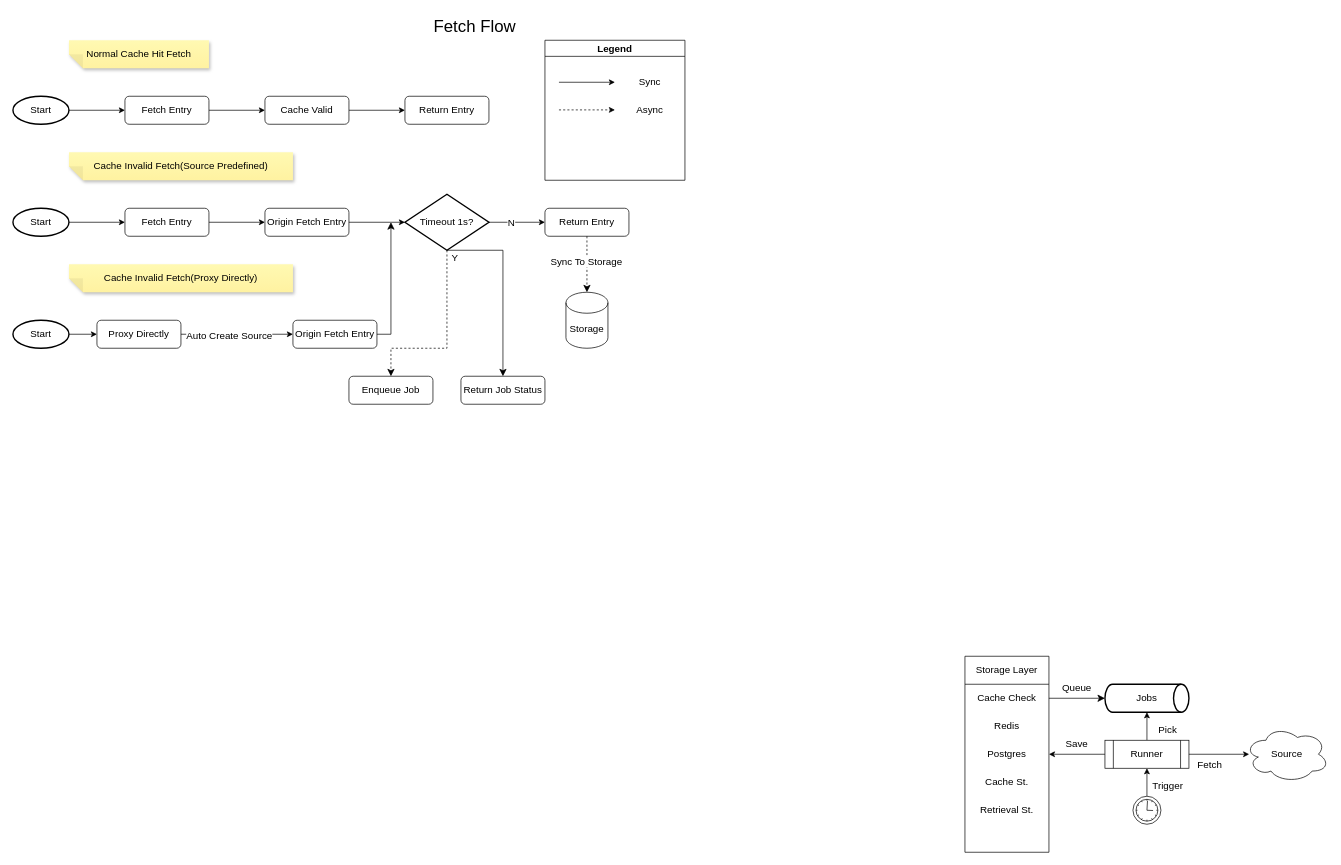
This is page "Fetch Flow" (3 of 7) of docs/buffetd.drawio from Buffetd/buffetd, a draw.io file, before an edit. Source tidied: cells renumbered, new cells numbered last; positions are measured from the earlier drawing's top-left corner, leaving out a move shared by most shapes. Both pictures are drawn from the tidied source at 70%, with x=0, y=0 at pixel (13, 12).
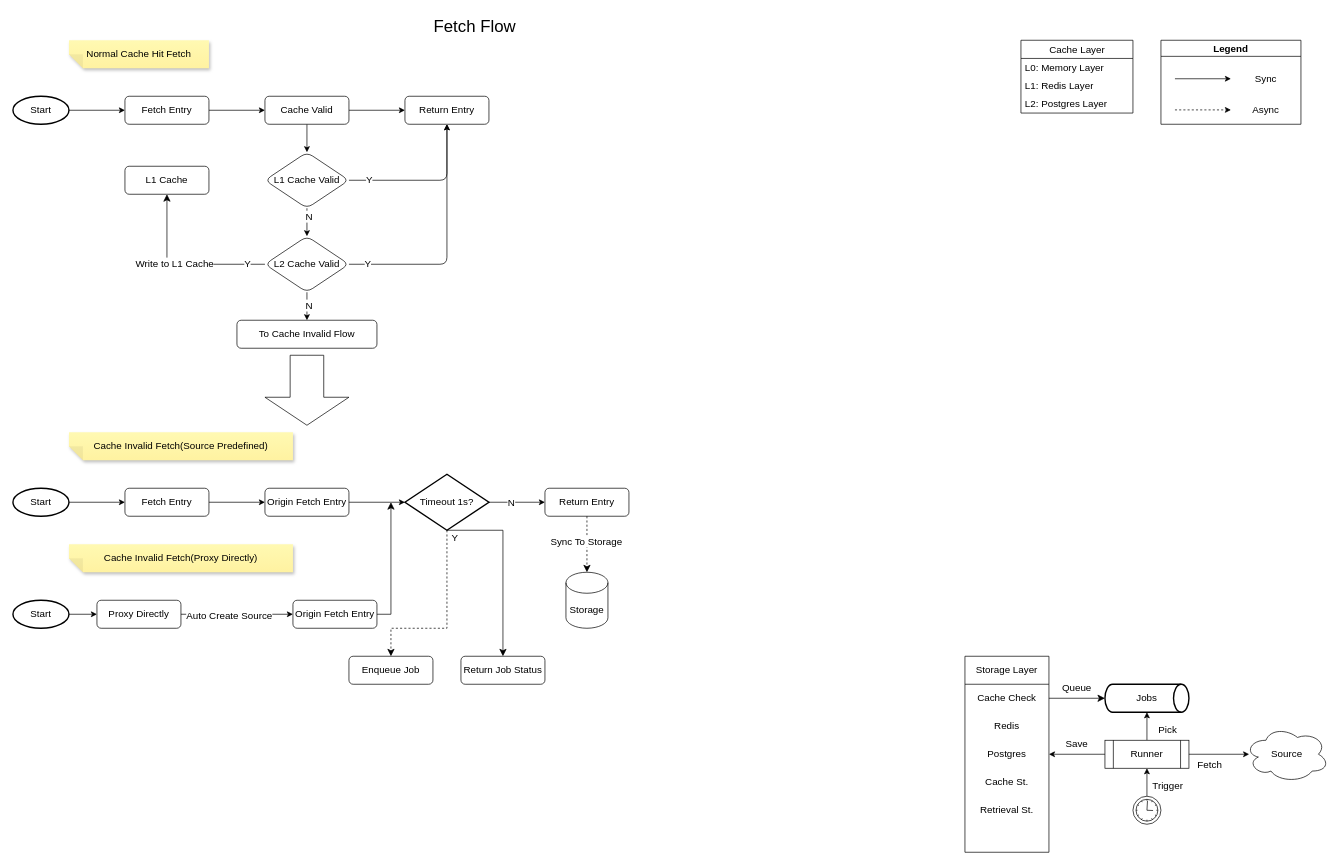
The same page after the edit.

Commit message:
refactor: convert drawio diagram cell IDs from vertex to parent attributes

- Changed all mxCell elements from `vertex="1"` to `parent="vegBsyRl4nzgHchrStnz-1"` attribute format
- Updated cell ID references to use parent-based hierarchy instead of vertex-based
- Maintained all visual elements and connections while standardizing XML structure
- Applied changes across Storage Layer, Runner/Jobs components, and all three fetch flow diagrams (Normal Cache Hit, Cache Invalid with Predefined Source, and Cache Invalid with Proxy)

The change refers to these unchanged cells:
```xml
<mxCell id="29" value="Cache Valid" style="rounded=1;whiteSpace=wrap;html=1;fontSize=14;" parent="1" vertex="1">
  <mxGeometry x="360" y="120" width="120" height="40" as="geometry" />
</mxCell>
<mxCell id="30" value="Return Entry" style="rounded=1;whiteSpace=wrap;html=1;fontSize=14;" parent="1" vertex="1">
  <mxGeometry x="560" y="120" width="120" height="40" as="geometry" />
</mxCell>
```

Diff of the diagram source:
```diff
@@
+    <mxCell id="64" style="edgeStyle=none;html=1;fontSize=14;" parent="1" edge="1" source="29" target="73">
+      <mxGeometry relative="1" as="geometry" />
+    </mxCell>
@@
     <mxCell id="32" value="Cache Invalid Fetch(Source Predefined)" style="shape=note;whiteSpace=wrap;html=1;backgroundOutline=1;fontColor=#000000;darkOpacity=0.05;fillColor=#FFF9B2;strokeColor=none;fillStyle=solid;direction=west;gradientDirection=north;gradientColor=#FFF2A1;shadow=1;size=20;fontSize=14;" parent="1" vertex="1">
-      <mxGeometry x="80" y="200" width="320" height="40" as="geometry" />
+      <mxGeometry x="80" y="600" width="320" height="40" as="geometry" />
     </mxCell>
@@
     <mxCell id="34" value="Start" style="strokeWidth=2;html=1;shape=mxgraph.flowchart.start_1;whiteSpace=wrap;fontSize=14;" parent="1" vertex="1">
-      <mxGeometry y="280" width="80" height="40" as="geometry" />
+      <mxGeometry y="680" width="80" height="40" as="geometry" />
     </mxCell>
@@
     <mxCell id="36" value="Fetch Entry" style="rounded=1;whiteSpace=wrap;html=1;fontSize=14;" parent="1" vertex="1">
-      <mxGeometry x="160" y="280" width="120" height="40" as="geometry" />
+      <mxGeometry x="160" y="680" width="120" height="40" as="geometry" />
     </mxCell>
     <mxCell id="37" value="Origin Fetch Entry" style="rounded=1;whiteSpace=wrap;html=1;fontSize=14;" parent="1" vertex="1">
-      <mxGeometry x="360" y="280" width="120" height="40" as="geometry" />
+      <mxGeometry x="360" y="680" width="120" height="40" as="geometry" />
     </mxCell>
@@
     <mxCell id="40" value="Timeout 1s?" style="strokeWidth=2;html=1;shape=mxgraph.flowchart.decision;whiteSpace=wrap;fontSize=14;" parent="1" vertex="1">
-      <mxGeometry x="560" y="260" width="120" height="80" as="geometry" />
+      <mxGeometry x="560" y="660" width="120" height="80" as="geometry" />
     </mxCell>
@@
     <mxCell id="42" value="Return Entry" style="rounded=1;whiteSpace=wrap;html=1;fontSize=14;" parent="1" vertex="1">
-      <mxGeometry x="760" y="280" width="120" height="40" as="geometry" />
+      <mxGeometry x="760" y="680" width="120" height="40" as="geometry" />
     </mxCell>
     <mxCell id="43" value="Cache Invalid Fetch(Proxy Directly)" style="shape=note;whiteSpace=wrap;html=1;backgroundOutline=1;fontColor=#000000;darkOpacity=0.05;fillColor=#FFF9B2;strokeColor=none;fillStyle=solid;direction=west;gradientDirection=north;gradientColor=#FFF2A1;shadow=1;size=20;fontSize=14;" parent="1" vertex="1">
-      <mxGeometry x="80" y="360" width="320" height="40" as="geometry" />
+      <mxGeometry x="80" y="760" width="320" height="40" as="geometry" />
     </mxCell>
@@
     <mxCell id="45" value="Start" style="strokeWidth=2;html=1;shape=mxgraph.flowchart.start_1;whiteSpace=wrap;fontSize=14;" parent="1" vertex="1">
-      <mxGeometry y="440" width="80" height="40" as="geometry" />
+      <mxGeometry y="840" width="80" height="40" as="geometry" />
     </mxCell>
@@
     <mxCell id="48" value="Proxy Directly" style="rounded=1;whiteSpace=wrap;html=1;fontSize=14;" parent="1" vertex="1">
-      <mxGeometry x="120" y="440" width="120" height="40" as="geometry" />
+      <mxGeometry x="120" y="840" width="120" height="40" as="geometry" />
     </mxCell>
     <mxCell id="49" value="Origin Fetch Entry" style="rounded=1;whiteSpace=wrap;html=1;fontSize=14;" parent="1" vertex="1">
-      <mxGeometry x="400" y="440" width="120" height="40" as="geometry" />
+      <mxGeometry x="400" y="840" width="120" height="40" as="geometry" />
     </mxCell>
     <mxCell id="50" style="edgeStyle=segmentEdgeStyle;endArrow=classic;html=1;curved=0;rounded=0;endSize=8;startSize=8;fontSize=14;" parent="1" edge="1">
       <mxGeometry relative="1" as="geometry">
-        <mxPoint x="520" y="460" as="sourcePoint" />
-        <mxPoint x="540" y="300" as="targetPoint" />
+        <mxPoint x="520" y="860" as="sourcePoint" />
+        <mxPoint x="540" y="700" as="targetPoint" />
       </mxGeometry>
     </mxCell>
     <mxCell id="51" value="Enqueue Job" style="rounded=1;whiteSpace=wrap;html=1;fontSize=14;" parent="1" vertex="1">
-      <mxGeometry x="480" y="520" width="120" height="40" as="geometry" />
+      <mxGeometry x="480" y="920" width="120" height="40" as="geometry" />
     </mxCell>
     <mxCell id="52" style="edgeStyle=segmentEdgeStyle;endArrow=classic;html=1;curved=0;rounded=0;endSize=8;startSize=8;fontSize=14;exitX=0.5;exitY=1;exitDx=0;exitDy=0;exitPerimeter=0;entryX=0.5;entryY=0;entryDx=0;entryDy=0;dashed=1;" parent="1" edge="1" source="40" target="51">
       <mxGeometry relative="1" as="geometry">
         <Array as="points">
-          <mxPoint x="620" y="480" />
-          <mxPoint x="540" y="480" />
+          <mxPoint x="620" y="880" />
+          <mxPoint x="540" y="880" />
         </Array>
       </mxGeometry>
     </mxCell>
@@
     <mxCell id="54" value="Storage" style="shape=cylinder3;whiteSpace=wrap;html=1;boundedLbl=1;backgroundOutline=1;size=15;fontSize=14;" parent="1" vertex="1">
-      <mxGeometry x="790" y="400" width="60" height="80" as="geometry" />
+      <mxGeometry x="790" y="800" width="60" height="80" as="geometry" />
     </mxCell>
     <mxCell id="55" style="edgeStyle=segmentEdgeStyle;endArrow=classic;html=1;curved=0;rounded=0;endSize=8;startSize=8;fontSize=14;exitX=0.5;exitY=1;exitDx=0;exitDy=0;entryX=0.5;entryY=0;entryDx=0;entryDy=0;entryPerimeter=0;dashed=1;" parent="1" edge="1" source="42" target="54">
       <mxGeometry relative="1" as="geometry">
         <Array as="points">
-          <mxPoint x="820" y="380" />
-          <mxPoint x="820" y="380" />
+          <mxPoint x="820" y="780" />
+          <mxPoint x="820" y="780" />
         </Array>
       </mxGeometry>
     </mxCell>
@@
     <mxCell id="57" value="Return Job Status" style="rounded=1;whiteSpace=wrap;html=1;fontSize=14;" parent="1" vertex="1">
-      <mxGeometry x="640" y="520" width="120" height="40" as="geometry" />
+      <mxGeometry x="640" y="920" width="120" height="40" as="geometry" />
     </mxCell>
@@
     <mxCell id="59" value="Legend" style="swimlane;fontSize=14;" parent="1" vertex="1">
-      <mxGeometry x="760" y="40" width="200" height="200" as="geometry" />
+      <mxGeometry x="1640" y="40" width="200" height="120" as="geometry" />
     </mxCell>
     <mxCell id="60" style="endArrow=classic;html=1;fontSize=14;" parent="59" edge="1">
       <mxGeometry relative="1" as="geometry">
-        <mxPoint x="20" y="60" as="sourcePoint" />
-        <mxPoint x="100" y="60" as="targetPoint" />
+        <mxPoint x="20" y="55" as="sourcePoint" />
+        <mxPoint x="100" y="55" as="targetPoint" />
       </mxGeometry>
     </mxCell>
@@
     <mxCell id="63" value="Sync" style="text;html=1;whiteSpace=wrap;strokeColor=none;fillColor=none;align=center;verticalAlign=middle;rounded=0;fontSize=14;" parent="59" vertex="1">
-      <mxGeometry x="120" y="45" width="60" height="30" as="geometry" />
+      <mxGeometry x="120" y="40" width="60" height="30" as="geometry" />
     </mxCell>
+    <mxCell id="65" value="Cache Layer" style="swimlane;fontStyle=0;horizontal=1;startSize=26;fillColor=none;html=1;fontSize=14;" parent="1" vertex="1">
+      <mxGeometry x="1440" y="40" width="160" height="104" as="geometry" />
+    </mxCell>
+    <mxCell id="66" value="L0: Memory Layer" style="text;strokeColor=none;fillColor=none;align=left;verticalAlign=middle;spacingLeft=4;spacingRight=4;overflow=hidden;whiteSpace=wrap;html=1;fontSize=14;" parent="65" vertex="1">
+      <mxGeometry y="26" width="160" height="26" as="geometry" />
+    </mxCell>
+    <mxCell id="67" value="L1: Redis Layer" style="text;strokeColor=none;fillColor=none;align=left;verticalAlign=middle;spacingLeft=4;spacingRight=4;overflow=hidden;whiteSpace=wrap;html=1;fontSize=14;" parent="65" vertex="1">
+      <mxGeometry y="52" width="160" height="26" as="geometry" />
+    </mxCell>
+    <mxCell id="68" value="L2: Postgres Layer" style="text;strokeColor=none;fillColor=none;align=left;verticalAlign=middle;spacingLeft=4;spacingRight=4;overflow=hidden;whiteSpace=wrap;html=1;fontSize=14;" parent="65" vertex="1">
+      <mxGeometry y="78" width="160" height="26" as="geometry" />
+    </mxCell>
+    <mxCell id="69" style="edgeStyle=none;html=1;exitX=1;exitY=0.5;exitDx=0;exitDy=0;entryX=0.5;entryY=1;entryDx=0;entryDy=0;fontSize=14;rounded=1;curved=0;" parent="1" edge="1" source="73" target="30">
+      <mxGeometry relative="1" as="geometry">
+        <Array as="points">
+          <mxPoint x="620" y="240" />
+        </Array>
+      </mxGeometry>
+    </mxCell>
+    <mxCell id="70" value="Y" style="edgeLabel;html=1;align=center;verticalAlign=middle;fontSize=14;" parent="69" vertex="1">
+      <mxGeometry x="-0.75" y="2" relative="1" as="geometry" />
+    </mxCell>
+    <mxCell id="71" style="edgeStyle=none;html=1;fontSize=14;" parent="1" edge="1" source="73" target="78">
+      <mxGeometry relative="1" as="geometry" />
+    </mxCell>
+    <mxCell id="72" value="N" style="edgeLabel;html=1;align=center;verticalAlign=middle;fontSize=14;" parent="71" vertex="1">
+      <mxGeometry x="-0.45" y="2" relative="1" as="geometry" />
+    </mxCell>
+    <mxCell id="73" value="L1 Cache Valid" style="rhombus;whiteSpace=wrap;html=1;fontSize=14;rounded=1;" parent="1" vertex="1">
+      <mxGeometry x="360" y="200" width="120" height="80" as="geometry" />
+    </mxCell>
+    <mxCell id="74" style="edgeStyle=none;html=1;exitX=1;exitY=0.5;exitDx=0;exitDy=0;entryX=0.5;entryY=1;entryDx=0;entryDy=0;fontSize=14;" parent="1" edge="1" source="78" target="30">
+      <mxGeometry relative="1" as="geometry">
+        <Array as="points">
+          <mxPoint x="620" y="360" />
+        </Array>
+      </mxGeometry>
+    </mxCell>
+    <mxCell id="75" value="Y" style="edgeLabel;html=1;align=center;verticalAlign=middle;fontSize=14;" parent="74" vertex="1">
+      <mxGeometry x="-0.85" y="2" relative="1" as="geometry" />
+    </mxCell>
+    <mxCell id="76" style="edgeStyle=none;html=1;fontSize=14;" parent="1" edge="1" source="78" target="80">
+      <mxGeometry relative="1" as="geometry" />
+    </mxCell>
+    <mxCell id="77" value="N" style="edgeLabel;html=1;align=center;verticalAlign=middle;fontSize=14;" parent="76" vertex="1">
+      <mxGeometry x="-0.1" y="2" relative="1" as="geometry" />
+    </mxCell>
+    <mxCell id="78" value="L2 Cache Valid" style="rhombus;whiteSpace=wrap;html=1;fontSize=14;rounded=1;" parent="1" vertex="1">
+      <mxGeometry x="360" y="320" width="120" height="80" as="geometry" />
+    </mxCell>
+    <mxCell id="79" value="L1 Cache" style="rounded=1;whiteSpace=wrap;html=1;fontSize=14;" parent="1" vertex="1">
+      <mxGeometry x="160" y="220" width="120" height="40" as="geometry" />
+    </mxCell>
+    <mxCell id="80" value="To Cache Invalid Flow" style="whiteSpace=wrap;html=1;fontSize=14;rounded=1;" parent="1" vertex="1">
+      <mxGeometry x="320" y="440" width="200" height="40" as="geometry" />
+    </mxCell>
+    <mxCell id="81" style="html=1;shadow=0;dashed=0;align=center;verticalAlign=middle;shape=mxgraph.arrows2.arrow;dy=0.6;dx=40;direction=south;notch=0;fontSize=14;" parent="1" vertex="1">
+      <mxGeometry x="360" y="490" width="120" height="100" as="geometry" />
+    </mxCell>
+    <mxCell id="82" style="edgeStyle=segmentEdgeStyle;endArrow=classic;html=1;curved=0;rounded=0;endSize=8;startSize=8;fontSize=14;entryX=0.5;entryY=1;entryDx=0;entryDy=0;" parent="1" edge="1" target="79">
+      <mxGeometry relative="1" as="geometry">
+        <mxPoint x="360" y="360" as="sourcePoint" />
+        <Array as="points">
+          <mxPoint x="220" y="360" />
+        </Array>
+      </mxGeometry>
+    </mxCell>
+    <mxCell id="83" value="Y" style="edgeLabel;html=1;align=center;verticalAlign=middle;fontSize=14;" parent="82" vertex="1">
+      <mxGeometry x="-0.78" y="-1" relative="1" as="geometry" />
+    </mxCell>
+    <mxCell id="84" value="Write to L1 Cache" style="edgeLabel;html=1;align=center;verticalAlign=middle;fontSize=14;" parent="82" vertex="1">
+      <mxGeometry x="0.08" y="-2" relative="1" as="geometry" />
+    </mxCell>
```
